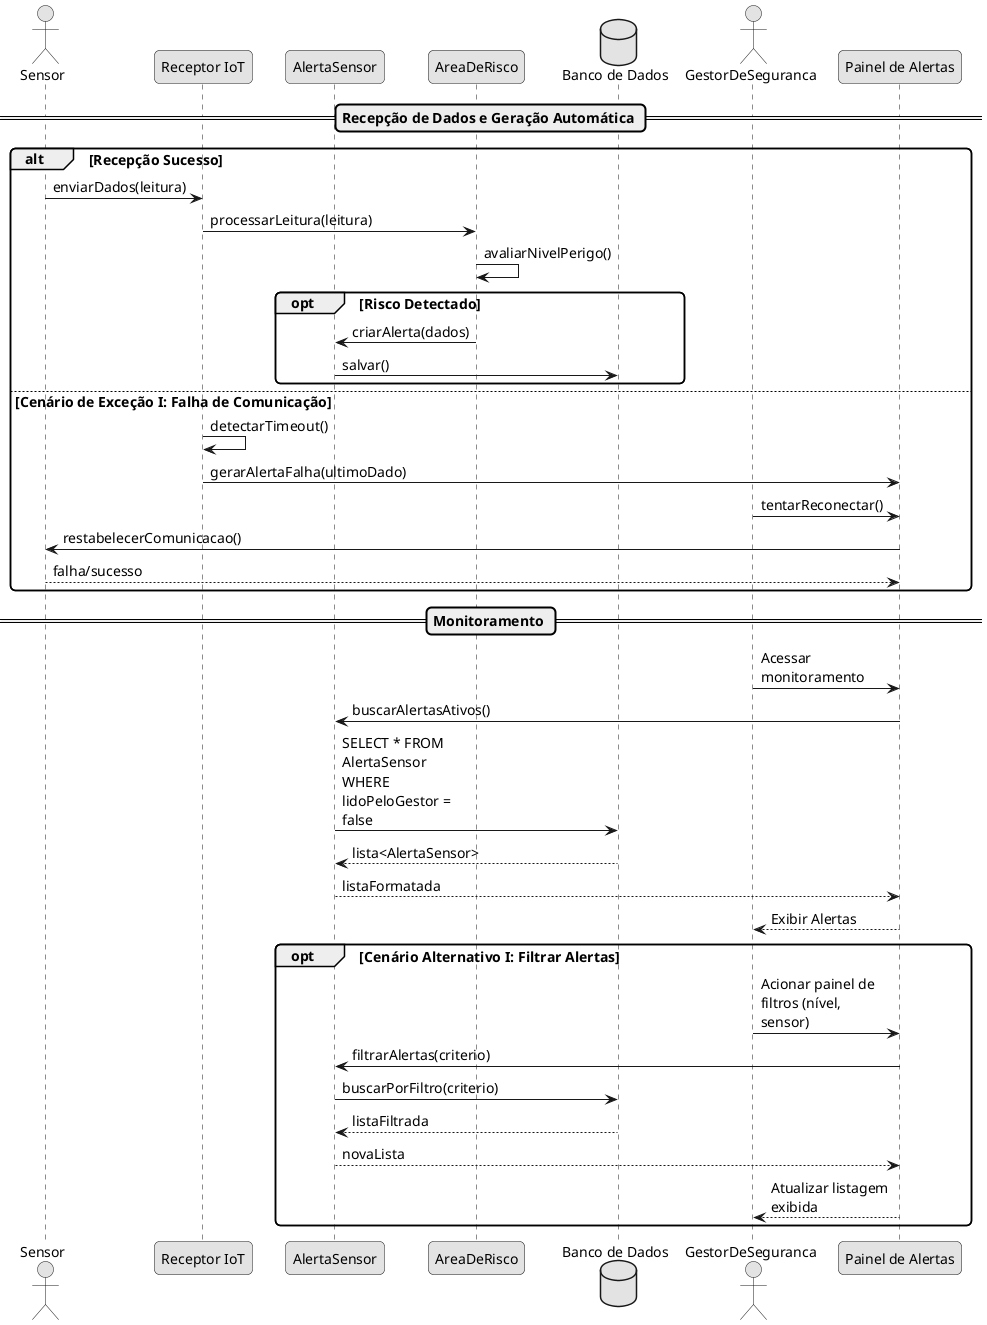
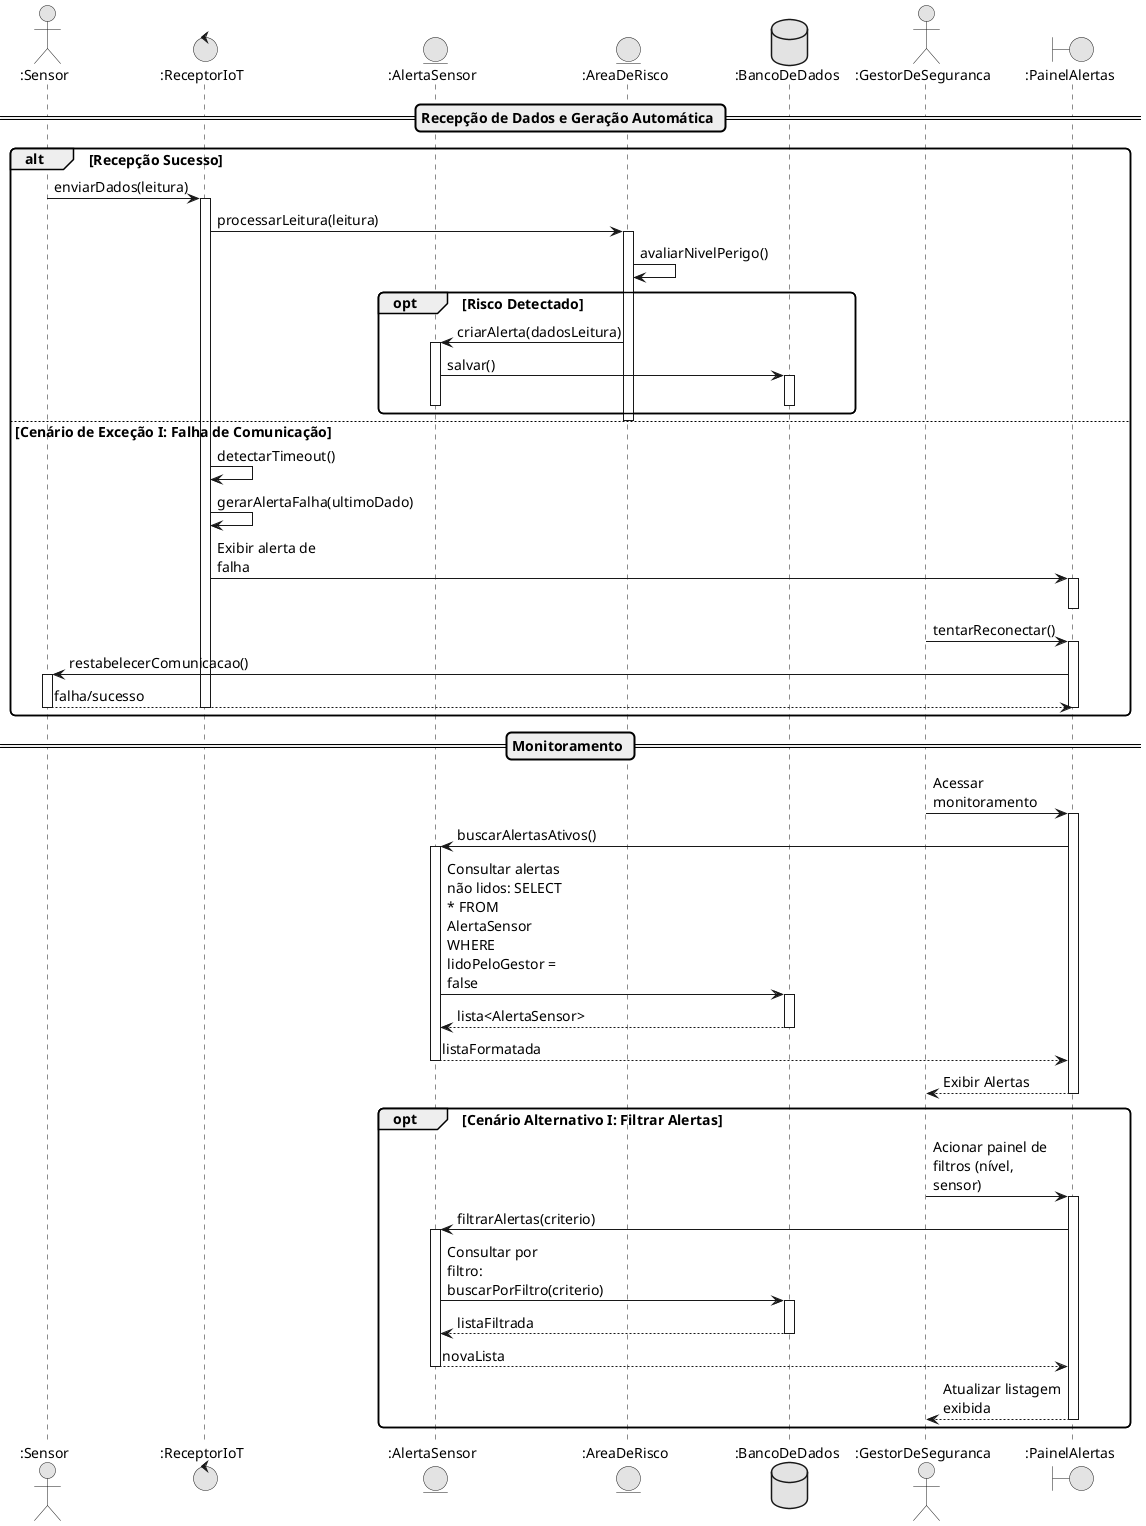
@startuml
skinparam monochrome true
skinparam shadowing false
skinparam defaultFontName Arial
skinparam defaultFontSize 14
skinparam roundcorner 10
skinparam maxmessagesize 120
- 
- actor "Sensor" as Sensor
- participant "Receptor IoT" as Receptor
- participant "AlertaSensor" as Alerta
- participant "AreaDeRisco" as Area
- database "Banco de Dados" as DB
- actor "GestorDeSeguranca" as Gestor
- participant "Painel de Alertas" as UI
+ actor ":Sensor" as Sensor
+ control ":ReceptorIoT" as Receptor
+ entity ":AlertaSensor" as Alerta
+ entity ":AreaDeRisco" as Area
+ database ":BancoDeDados" as DB
+ actor ":GestorDeSeguranca" as Gestor
+ boundary ":PainelAlertas" as UI

== Recepção de Dados e Geração Automática ==
alt Recepção Sucesso
-   Sensor -> Receptor : enviarDados(leitura)
-   Receptor -> Area : processarLeitura(leitura)
+   Sensor -> Receptor ++ : enviarDados(leitura)
+   Receptor -> Area ++ : processarLeitura(leitura)
  Area -> Area : avaliarNivelPerigo()
  opt Risco Detectado
-     Area -> Alerta : criarAlerta(dados)
-     Alerta -> DB : salvar()
+     Area -> Alerta ++ : criarAlerta(dadosLeitura)
+     Alerta -> DB ++ : salvar()
+     deactivate DB
+     deactivate Alerta
  end
+   deactivate Area
else Cenário de Exceção I: Falha de Comunicação
  Receptor -> Receptor : detectarTimeout()
-   Receptor -> UI : gerarAlertaFalha(ultimoDado)
-   Gestor -> UI : tentarReconectar()
-   UI -> Sensor : restabelecerComunicacao()
-   Sensor --> UI : falha/sucesso
+   Receptor -> Receptor : gerarAlertaFalha(ultimoDado)
+   Receptor -> UI ++ : Exibir alerta de falha
+   deactivate UI
+   Gestor -> UI ++ : tentarReconectar()
+   UI -> Sensor ++ : restabelecerComunicacao()
+   Sensor --> UI -- : falha/sucesso
+   deactivate UI
+   deactivate Receptor
end

== Monitoramento ==
- Gestor -> UI : Acessar monitoramento
- UI -> Alerta : buscarAlertasAtivos()
- Alerta -> DB : SELECT * FROM AlertaSensor WHERE lidoPeloGestor = false
- DB --> Alerta : lista<AlertaSensor>
- Alerta --> UI : listaFormatada
- UI --> Gestor : Exibir Alertas
+ Gestor -> UI ++ : Acessar monitoramento
+ UI -> Alerta ++ : buscarAlertasAtivos()
+ Alerta -> DB ++ : Consultar alertas não lidos: SELECT * FROM AlertaSensor WHERE lidoPeloGestor = false
+ DB --> Alerta -- : lista<AlertaSensor>
+ Alerta --> UI -- : listaFormatada
+ UI --> Gestor -- : Exibir Alertas

opt Cenário Alternativo I: Filtrar Alertas
-   Gestor -> UI : Acionar painel de filtros (nível, sensor)
-   UI -> Alerta : filtrarAlertas(criterio)
-   Alerta -> DB : buscarPorFiltro(criterio)
-   DB --> Alerta : listaFiltrada
-   Alerta --> UI : novaLista
-   UI --> Gestor : Atualizar listagem exibida
+   Gestor -> UI ++ : Acionar painel de filtros (nível, sensor)
+   UI -> Alerta ++ : filtrarAlertas(criterio)
+   Alerta -> DB ++ : Consultar por filtro: buscarPorFiltro(criterio)
+   DB --> Alerta -- : listaFiltrada
+   Alerta --> UI -- : novaLista
+   UI --> Gestor -- : Atualizar listagem exibida
end
@enduml
